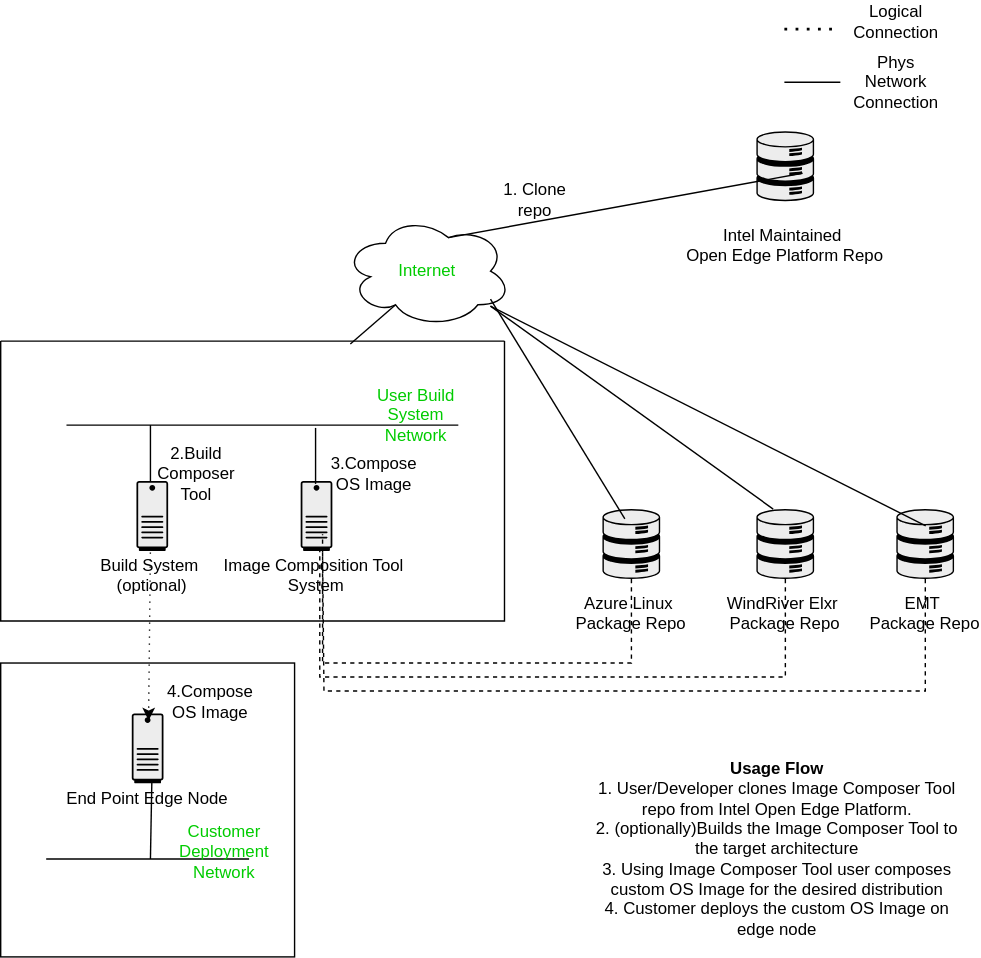
Earlier version of the draw.io export docs/assets/image-composer-network-diagram.drawio.svg (wiwaszko-intel/os-image-composer). Source tidied: cells renumbered, new cells last; positions are measured from the earlier drawing's top-left corner, leaving out a move shared by most shapes.
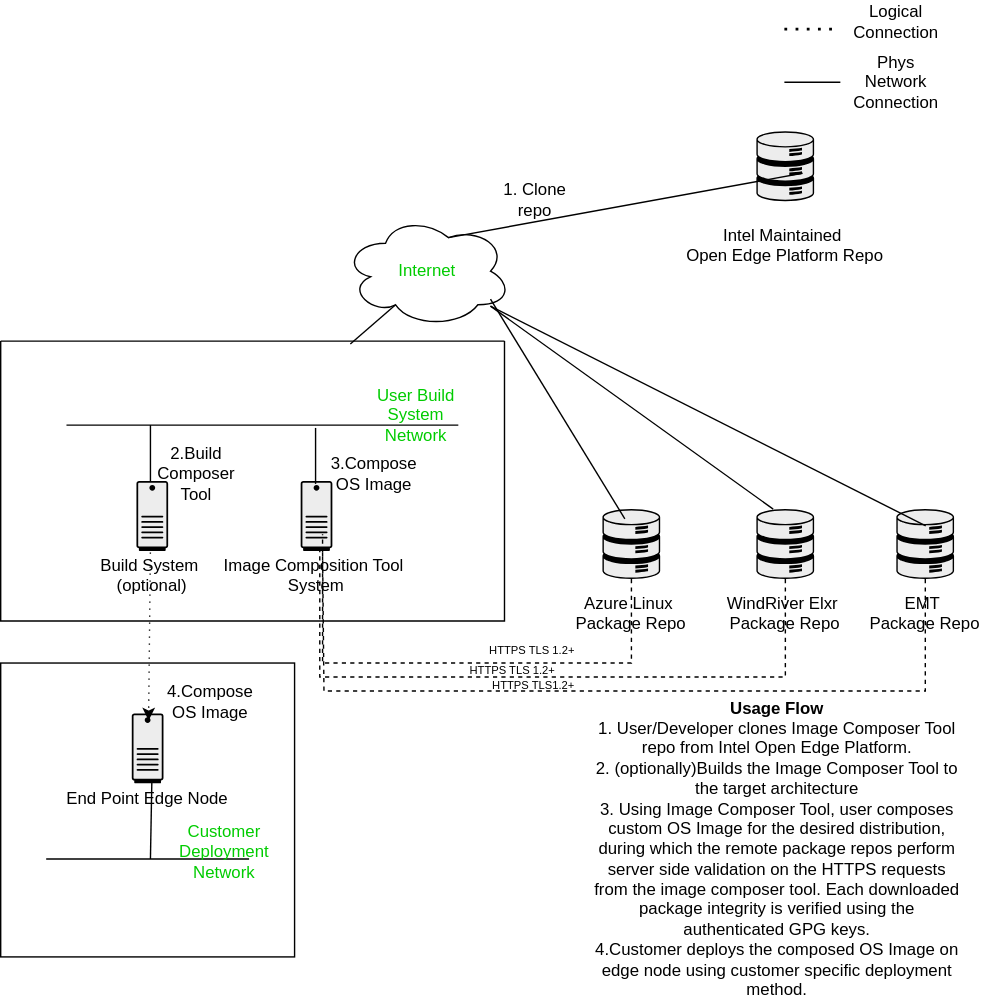
The same diagram one commit later.

Commit message:
Added more details about network connections and the package validation checks.

Change to the diagram source:
```diff
@@ -140,7 +140,7 @@
     <mxCell id="33" value="Phys Network Connection" style="text;html=1;align=center;verticalAlign=middle;whiteSpace=wrap;rounded=0;" parent="1" vertex="1">
       <mxGeometry x="610" y="43" width="60" height="30" as="geometry" />
     </mxCell>
-    <mxCell id="34" value="&lt;b&gt;Usage Flow&lt;/b&gt;&lt;div&gt;1. User/Developer clones Image Composer Tool repo from Intel Open Edge Platform.&lt;/div&gt;&lt;div&gt;2. (optionally)Builds the Image Composer Tool to the target architecture&lt;/div&gt;&lt;div&gt;3. Using Image Composer Tool user composes custom OS Image for the desired distribution&lt;/div&gt;&lt;div&gt;4. Customer deploys the custom OS Image on edge node&lt;/div&gt;" style="text;html=1;align=center;verticalAlign=middle;whiteSpace=wrap;rounded=0;" parent="1" vertex="1">
+    <mxCell id="34" value="&lt;b&gt;Usage Flow&lt;/b&gt;&lt;div&gt;1. User/Developer clones Image Composer Tool repo from Intel Open Edge Platform.&lt;/div&gt;&lt;div&gt;2. (optionally)Builds the Image Composer Tool to the target architecture&lt;/div&gt;&lt;div&gt;3. Using Image Composer Tool, user composes custom OS Image for the desired distribution, during which the remote package repos perform server side validation on the HTTPS requests from the image composer tool. Each downloaded package integrity is verified using the authenticated GPG keys.&lt;/div&gt;&lt;div&gt;&lt;span style=&quot;background-color: transparent; color: light-dark(rgb(0, 0, 0), rgb(255, 255, 255));&quot;&gt;4.Customer deploys the composed OS Image on edge node using customer specific deployment method.&lt;/span&gt;&lt;/div&gt;" style="text;html=1;align=center;verticalAlign=middle;whiteSpace=wrap;rounded=0;" parent="1" vertex="1">
       <mxGeometry x="420" y="559" width="270" height="94" as="geometry" />
     </mxCell>
     <mxCell id="35" value="1. Clone repo" style="text;html=1;align=center;verticalAlign=middle;whiteSpace=wrap;rounded=0;" parent="1" vertex="1">
@@ -149,5 +149,14 @@
     <mxCell id="36" value="4.Compose OS Image" style="text;html=1;align=center;verticalAlign=middle;whiteSpace=wrap;rounded=0;" parent="1" vertex="1">
       <mxGeometry x="120" y="486" width="60" height="30" as="geometry" />
     </mxCell>
+    <mxCell id="37" value="&lt;font style=&quot;font-size: 8px;&quot;&gt;HTTPS TLS 1.2+&lt;/font&gt;" style="text;html=1;align=center;verticalAlign=middle;whiteSpace=wrap;rounded=0;" parent="1" vertex="1">
+      <mxGeometry x="320" y="443" width="120" height="40" as="geometry" />
+    </mxCell>
+    <mxCell id="38" value="HTTPS TLS 1.2+" style="text;html=1;align=center;verticalAlign=middle;whiteSpace=wrap;rounded=0;fontSize=8;" parent="1" vertex="1">
+      <mxGeometry x="310" y="463" width="112" height="30" as="geometry" />
+    </mxCell>
+    <mxCell id="39" value="&lt;font style=&quot;font-size: 8px;&quot;&gt;HTTPS TLS1.2+&lt;/font&gt;" style="text;html=1;align=center;verticalAlign=middle;whiteSpace=wrap;rounded=0;" parent="1" vertex="1">
+      <mxGeometry x="330" y="473" width="102" height="30" as="geometry" />
+    </mxCell>
   </root>
 </mxGraphModel>
```
